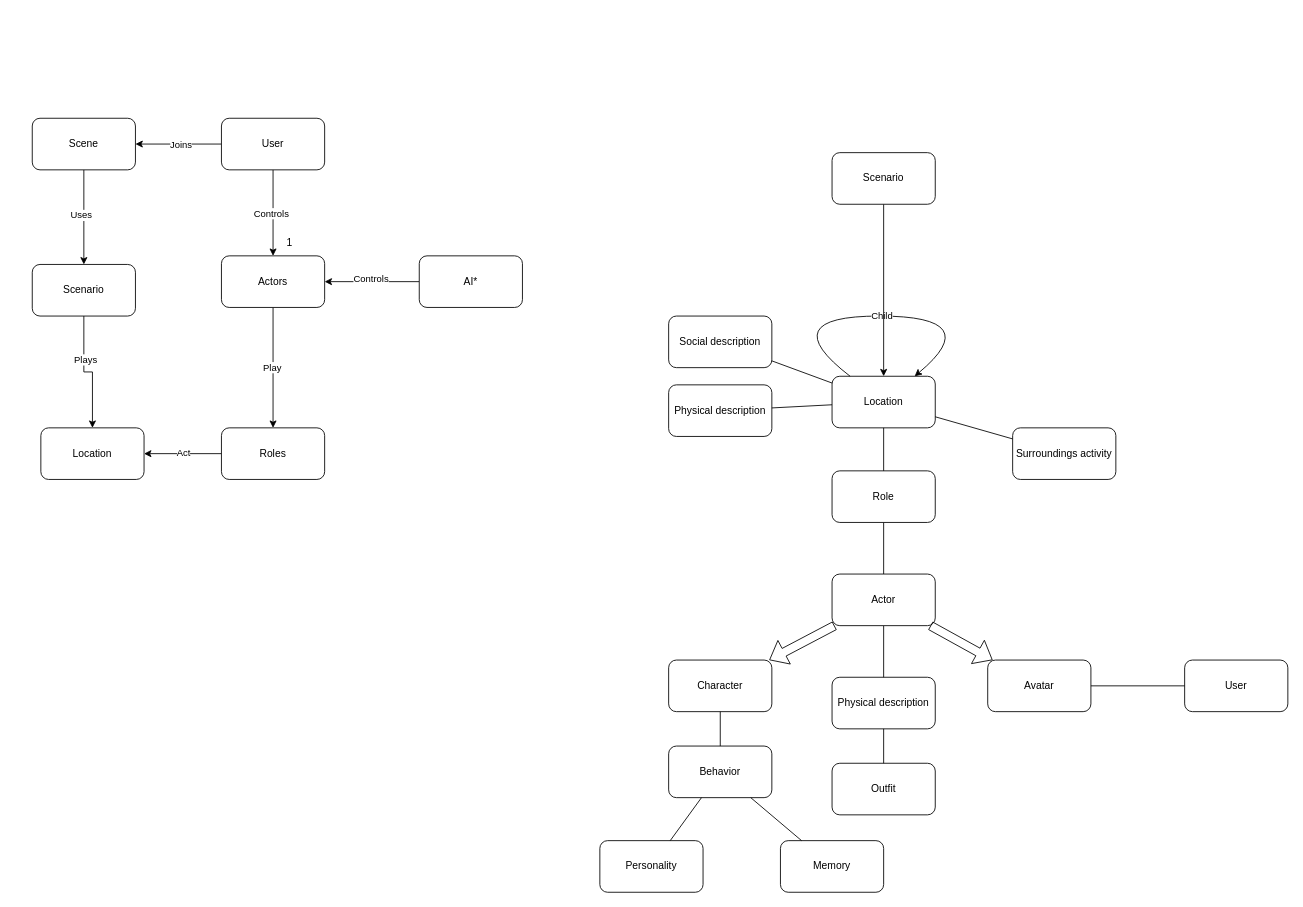
jorgedlrg/ai-middleware keeps this draw.io diagram as doc/conceptual map.drawio. Above is the earlier version. Source tidied: cells renumbered, new cells numbered last; positions are measured from the earlier drawing's top-left corner, leaving out a move shared by most shapes. Both pictures are drawn from the tidied source at 86%, with x=0, y=0 at pixel (32, 118).
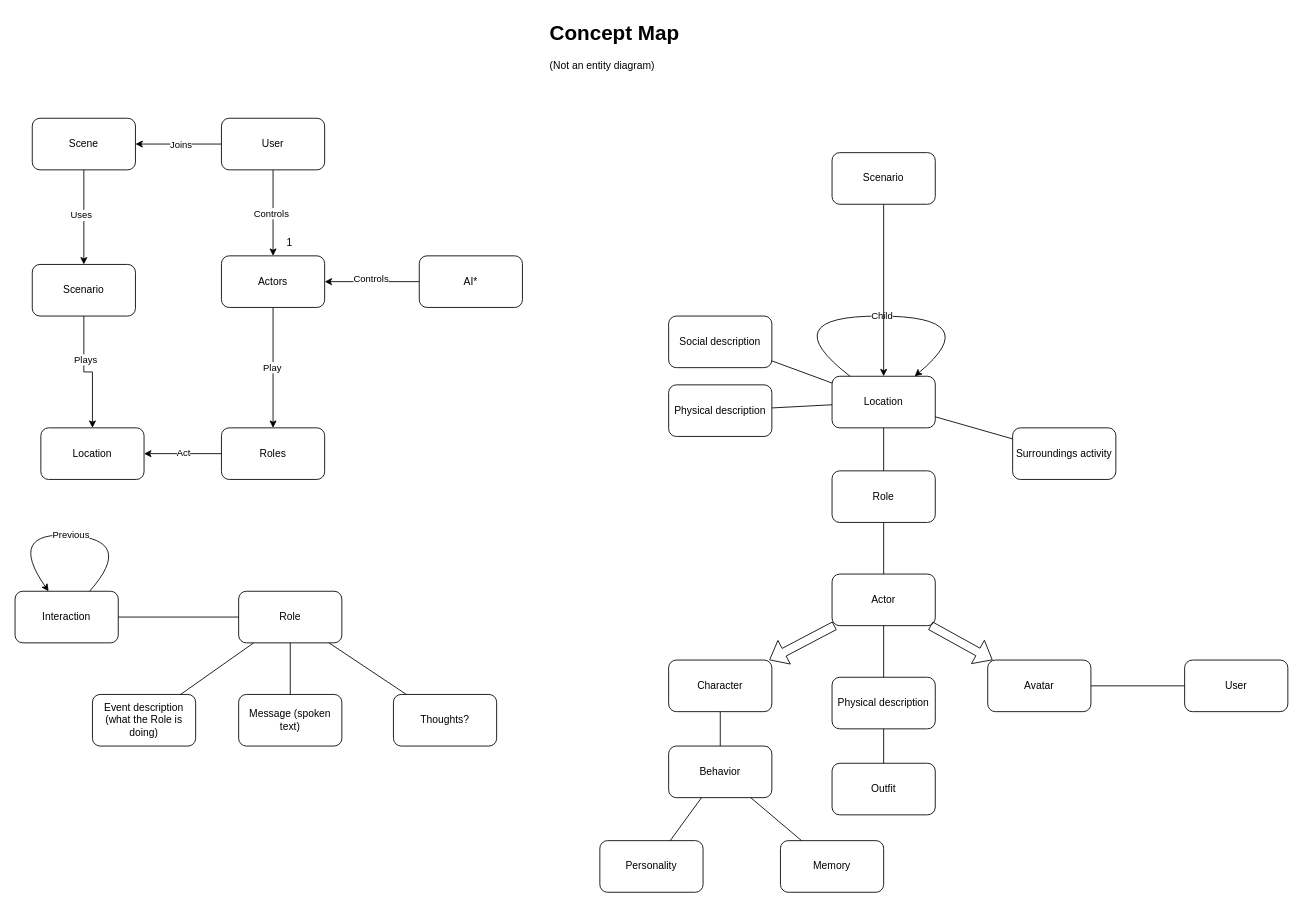
After the change.

Commit message (it also covers changes not shown here):
:construction: Work on interactions

Change to the diagram source:
```diff
@@
+    <mxCell id="55" value="&lt;h1 style=&quot;margin-top: 0px;&quot;&gt;Concept Map&lt;/h1&gt;&lt;div&gt;(Not an entity diagram)&lt;/div&gt;" style="text;html=1;whiteSpace=wrap;overflow=hidden;rounded=0;" parent="1" vertex="1">
+      <mxGeometry x="600" y="-120" width="180" height="120" as="geometry" />
+    </mxCell>
+    <mxCell id="56" value="Interaction" style="rounded=1;whiteSpace=wrap;html=1;" parent="1" vertex="1">
+      <mxGeometry x="-20" y="550" width="120" height="60" as="geometry" />
+    </mxCell>
+    <mxCell id="57" value="Role" style="rounded=1;whiteSpace=wrap;html=1;" parent="1" vertex="1">
+      <mxGeometry x="240" y="550" width="120" height="60" as="geometry" />
+    </mxCell>
+    <mxCell id="58" style="endArrow=none;html=1;rounded=0;" parent="1" edge="1" source="56" target="57">
+      <mxGeometry relative="1" as="geometry" />
+    </mxCell>
+    <mxCell id="59" value="Message (spoken text)" style="rounded=1;whiteSpace=wrap;html=1;" parent="1" vertex="1">
+      <mxGeometry x="240" y="670" width="120" height="60" as="geometry" />
+    </mxCell>
+    <mxCell id="60" style="endArrow=none;html=1;rounded=0;" parent="1" edge="1" source="59" target="57">
+      <mxGeometry relative="1" as="geometry" />
+    </mxCell>
+    <mxCell id="61" value="Thoughts?" style="rounded=1;whiteSpace=wrap;html=1;" parent="1" vertex="1">
+      <mxGeometry x="420" y="670" width="120" height="60" as="geometry" />
+    </mxCell>
+    <mxCell id="62" value="Event description (what the Role is doing)" style="rounded=1;whiteSpace=wrap;html=1;" parent="1" vertex="1">
+      <mxGeometry x="70" y="670" width="120" height="60" as="geometry" />
+    </mxCell>
+    <mxCell id="63" style="endArrow=none;html=1;rounded=0;" parent="1" edge="1" source="62" target="57">
+      <mxGeometry relative="1" as="geometry" />
+    </mxCell>
+    <mxCell id="64" style="endArrow=none;html=1;rounded=0;" parent="1" edge="1" source="61" target="57">
+      <mxGeometry relative="1" as="geometry" />
+    </mxCell>
+    <mxCell id="65" style="curved=1;endArrow=classic;html=1;rounded=0;" parent="1" edge="1" source="56" target="56">
+      <mxGeometry relative="1" as="geometry">
+        <Array as="points">
+          <mxPoint x="120" y="490" />
+          <mxPoint x="-30" y="480" />
+        </Array>
+      </mxGeometry>
+    </mxCell>
+    <mxCell id="66" value="Previous" style="edgeLabel;html=1;align=center;verticalAlign=middle;" parent="65" vertex="1">
+      <mxGeometry x="-0.01" relative="1" as="geometry" />
+    </mxCell>
```
